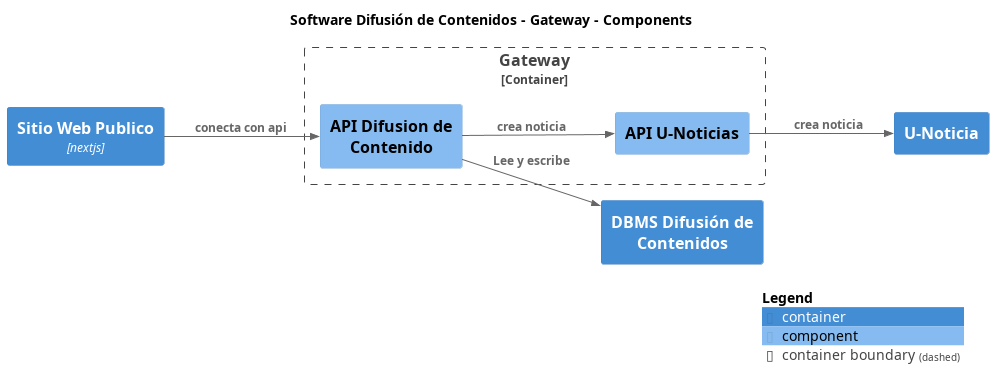
Before: build/site/master/png/Component-001.png, a diagram exported from PlantUML (nbrx/c4-dcc-arq). Source of this version:
```plantuml
@startuml
set separator none
title Software Difusión de Contenidos - Gateway - Components

left to right direction

!include <C4/C4>
!include <C4/C4_Context>
!include <C4/C4_Container>
!include <C4/C4_Component>

Container(SoftwareDifusióndeContenidos.DBMSDifusióndeContenidos, "DBMS Difusión de Contenidos", "", $tags="")
Container(SoftwareDifusióndeContenidos.SitioWebPublico, "Sitio Web Publico", "nextjs", "", $tags="")
Container(SoftwareDifusióndeContenidos.UNoticia, "U-Noticia", "", $tags="")

Container_Boundary("SoftwareDifusióndeContenidos.Gateway_boundary", "Gateway", $tags="") {
  Component(SoftwareDifusióndeContenidos.Gateway.APIUNoticias, "API U-Noticias", "", $tags="")
  Component(SoftwareDifusióndeContenidos.Gateway.APIDifusiondeContenido, "API Difusion de Contenido", "", $tags="")
}

Rel_D(SoftwareDifusióndeContenidos.SitioWebPublico, SoftwareDifusióndeContenidos.Gateway.APIDifusiondeContenido, "conecta con api", $tags="")
Rel_D(SoftwareDifusióndeContenidos.Gateway.APIDifusiondeContenido, SoftwareDifusióndeContenidos.DBMSDifusióndeContenidos, "Lee y escribe", $tags="")
Rel_D(SoftwareDifusióndeContenidos.Gateway.APIDifusiondeContenido, SoftwareDifusióndeContenidos.Gateway.APIUNoticias, "crea noticia", $tags="")
Rel_D(SoftwareDifusióndeContenidos.Gateway.APIUNoticias, SoftwareDifusióndeContenidos.UNoticia, "crea noticia", $tags="")

SHOW_LEGEND(true)
@enduml
```
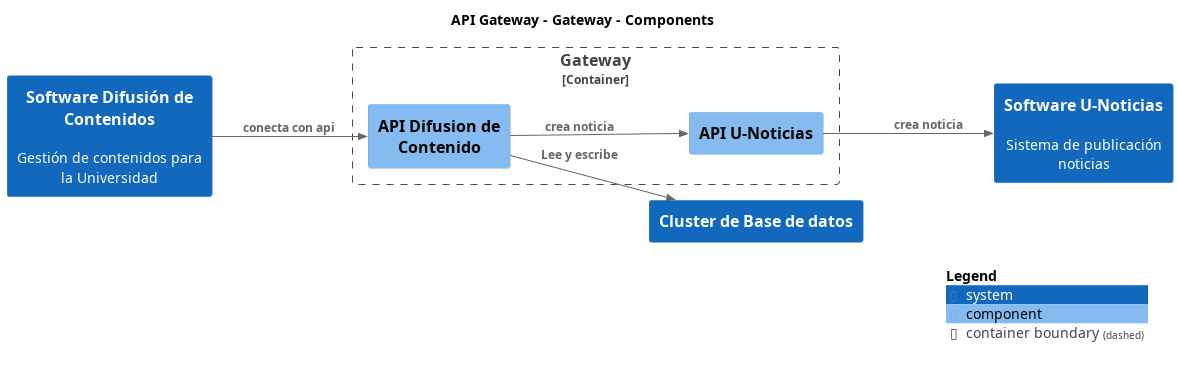
The same diagram one commit later.

The edit, as a diff of the source:
```diff
@@ -1,27 +1,26 @@
 @startuml
 set separator none
-title Software Difusión de Contenidos - Gateway - Components
+title API Gateway - Gateway - Components
 
 left to right direction
 
 !include <C4/C4>
 !include <C4/C4_Context>
-!include <C4/C4_Container>
 !include <C4/C4_Component>
 
-Container(SoftwareDifusióndeContenidos.DBMSDifusióndeContenidos, "DBMS Difusión de Contenidos", "", $tags="")
-Container(SoftwareDifusióndeContenidos.SitioWebPublico, "Sitio Web Publico", "nextjs", "", $tags="")
-Container(SoftwareDifusióndeContenidos.UNoticia, "U-Noticia", "", $tags="")
+System(SoftwareUNoticias, "Software U-Noticias", "Sistema de publicación noticias", $tags="")
+System(ClusterdeBasededatos, "Cluster de Base de datos", "", $tags="")
+System(SoftwareDifusióndeContenidos, "Software Difusión de Contenidos", "Gestión de contenidos para la Universidad", $tags="")
 
-Container_Boundary("SoftwareDifusióndeContenidos.Gateway_boundary", "Gateway", $tags="") {
-  Component(SoftwareDifusióndeContenidos.Gateway.APIUNoticias, "API U-Noticias", "", $tags="")
-  Component(SoftwareDifusióndeContenidos.Gateway.APIDifusiondeContenido, "API Difusion de Contenido", "", $tags="")
+Container_Boundary("APIGateway.Gateway_boundary", "Gateway", $tags="") {
+  Component(APIGateway.Gateway.APIUNoticias, "API U-Noticias", "", $tags="")
+  Component(APIGateway.Gateway.APIDifusiondeContenido, "API Difusion de Contenido", "", $tags="")
 }
 
-Rel_D(SoftwareDifusióndeContenidos.SitioWebPublico, SoftwareDifusióndeContenidos.Gateway.APIDifusiondeContenido, "conecta con api", $tags="")
-Rel_D(SoftwareDifusióndeContenidos.Gateway.APIDifusiondeContenido, SoftwareDifusióndeContenidos.DBMSDifusióndeContenidos, "Lee y escribe", $tags="")
-Rel_D(SoftwareDifusióndeContenidos.Gateway.APIDifusiondeContenido, SoftwareDifusióndeContenidos.Gateway.APIUNoticias, "crea noticia", $tags="")
-Rel_D(SoftwareDifusióndeContenidos.Gateway.APIUNoticias, SoftwareDifusióndeContenidos.UNoticia, "crea noticia", $tags="")
+Rel_D(APIGateway.Gateway.APIUNoticias, SoftwareUNoticias, "crea noticia", $tags="")
+Rel_D(SoftwareDifusióndeContenidos, APIGateway.Gateway.APIDifusiondeContenido, "conecta con api", $tags="")
+Rel_D(APIGateway.Gateway.APIDifusiondeContenido, ClusterdeBasededatos, "Lee y escribe", $tags="")
+Rel_D(APIGateway.Gateway.APIDifusiondeContenido, APIGateway.Gateway.APIUNoticias, "crea noticia", $tags="")
 
 SHOW_LEGEND(true)
 @enduml
```
